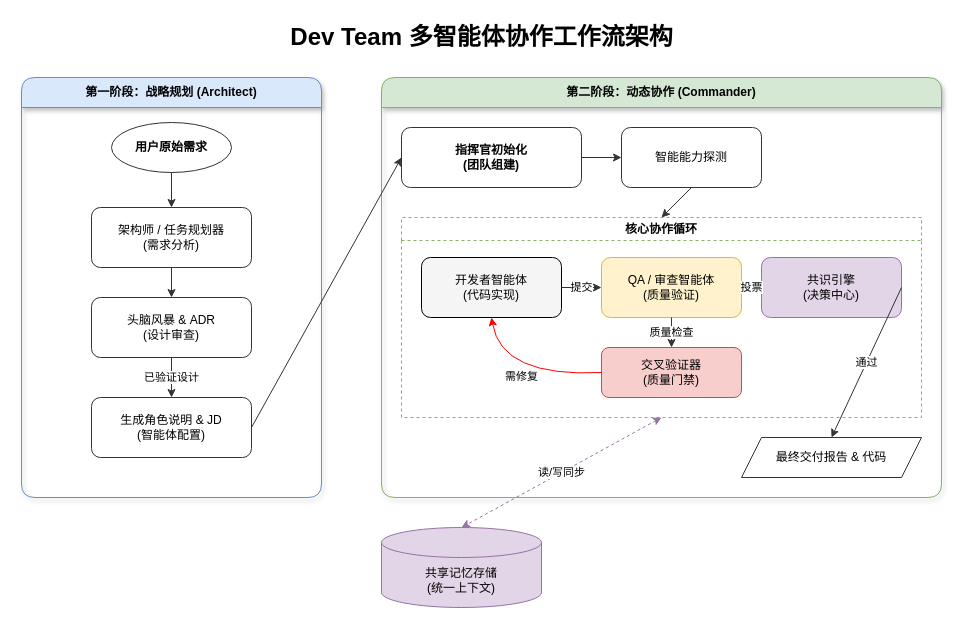
The draw.io diagram agents/dev_team/workflow_architecture_cn.drawio in wang-minghan/agents, before the edit. Source tidied: cells renumbered, new cells numbered last; positions are measured from the earlier drawing's top-left corner, leaving out a move shared by most shapes. Both pictures are drawn from the tidied source at 100%, with x=0, y=0 at pixel (21, 17).
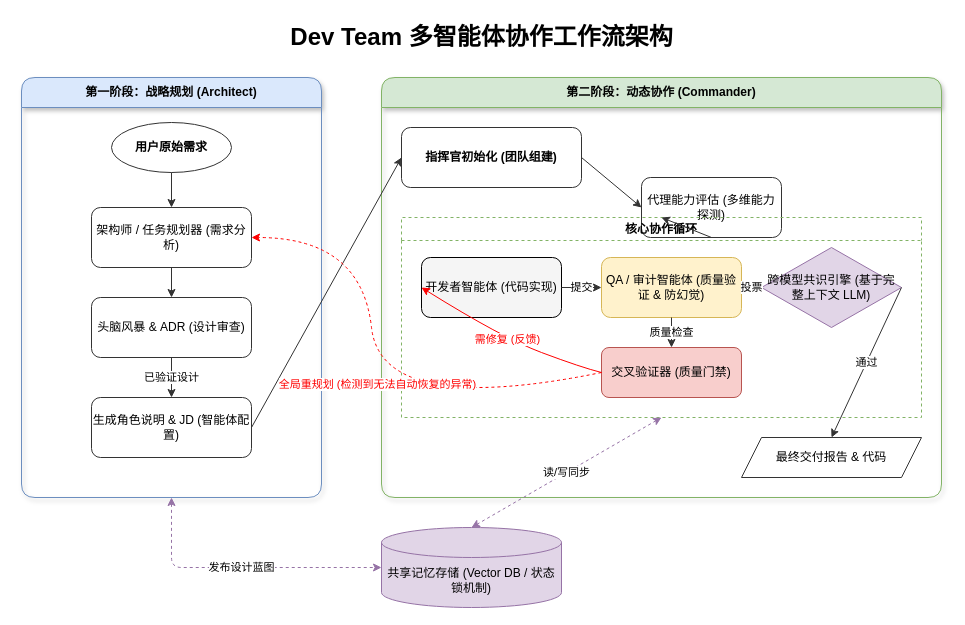
The same diagram, later.

Unchanged cells that the change refers to:
```xml
<mxCell id="3" value="第一阶段：战略规划 (Architect)" style="swimlane;whiteSpace=wrap;html=1;fillColor=#dae8fc;strokeColor=#6c8ebf;startSize=30;rounded=1;shadow=1;fontFamily=思源黑体 Medium;" parent="1" vertex="1">
  <mxGeometry y="60" width="300" height="420" as="geometry" />
</mxCell>
<mxCell id="11" value="第二阶段：动态协作 (Commander)" style="swimlane;whiteSpace=wrap;html=1;fillColor=#d5e8d4;strokeColor=#82b366;startSize=30;rounded=1;shadow=1;fontFamily=思源黑体 Medium;" parent="1" vertex="1">
  <mxGeometry x="360" y="60" width="560" height="420" as="geometry" />
</mxCell>
<mxCell id="14" value="核心协作循环" style="swimlane;whiteSpace=wrap;html=1;fillColor=none;strokeColor=#82b366;dashed=1;fontFamily=思源宋体 Regular;" parent="11" vertex="1">
  <mxGeometry x="20" y="140" width="520" height="200" as="geometry" />
</mxCell>
```

Change to the diagram source:
```diff
@@
-    <mxCell id="5" value="架构师 / 任务规划器&#10;(需求分析)" style="rounded=1;whiteSpace=wrap;html=1;fillColor=#ffffff;strokeColor=#333333;fontFamily=思源宋体 Regular;" parent="3" vertex="1">
+    <mxCell id="5" value="架构师 / 任务规划器 (需求分析)" style="rounded=1;whiteSpace=wrap;html=1;fillColor=#ffffff;strokeColor=#333333;fontFamily=思源宋体 Regular;" parent="3" vertex="1">
       <mxGeometry x="70" y="130" width="160" height="60" as="geometry" />
     </mxCell>
-    <mxCell id="6" value="头脑风暴 &amp; ADR&#10;(设计审查)" style="rounded=1;whiteSpace=wrap;html=1;fillColor=#ffffff;strokeColor=#333333;fontFamily=思源宋体 Regular;" parent="3" vertex="1">
+    <mxCell id="6" value="头脑风暴 &amp; ADR (设计审查)" style="rounded=1;whiteSpace=wrap;html=1;fillColor=#ffffff;strokeColor=#333333;fontFamily=思源宋体 Regular;" parent="3" vertex="1">
       <mxGeometry x="70" y="220" width="160" height="60" as="geometry" />
     </mxCell>
-    <mxCell id="7" value="生成角色说明 &amp; JD&#10;(智能体配置)" style="rounded=1;whiteSpace=wrap;html=1;fillColor=#ffffff;strokeColor=#333333;fontFamily=思源宋体 Regular;" parent="3" vertex="1">
+    <mxCell id="7" value="生成角色说明 &amp; JD (智能体配置)" style="rounded=1;whiteSpace=wrap;html=1;fillColor=#ffffff;strokeColor=#333333;fontFamily=思源宋体 Regular;" parent="3" vertex="1">
       <mxGeometry x="70" y="320" width="160" height="60" as="geometry" />
     </mxCell>
@@
-    <mxCell id="12" value="指挥官初始化&#10;(团队组建)" style="rounded=1;whiteSpace=wrap;html=1;fillColor=#ffffff;strokeColor=#333333;fontStyle=1;fontFamily=思源宋体 Regular;" parent="11" vertex="1">
+    <mxCell id="12" value="指挥官初始化 (团队组建)" style="rounded=1;whiteSpace=wrap;html=1;fillColor=#ffffff;strokeColor=#333333;fontStyle=1;fontFamily=思源宋体 Regular;" parent="11" vertex="1">
       <mxGeometry x="20" y="50" width="180" height="60" as="geometry" />
     </mxCell>
-    <mxCell id="13" value="智能能力探测" style="rounded=1;whiteSpace=wrap;html=1;fillColor=#ffffff;strokeColor=#333333;fontFamily=思源宋体 Regular;" parent="11" vertex="1">
-      <mxGeometry x="240" y="50" width="140" height="60" as="geometry" />
-    </mxCell>
+    <mxCell id="30" value="代理能力评估 (多维能力探测)" style="rounded=1;whiteSpace=wrap;html=1;fillColor=#ffffff;strokeColor=#333333;fontFamily=思源黑体 Medium;" parent="12" vertex="1">
+      <mxGeometry x="240" y="50" width="140" height="60" as="geometry" />
+    </mxCell>
@@
-    <mxCell id="15" value="开发者智能体&#10;(代码实现)" style="rounded=1;whiteSpace=wrap;html=1;fillColor=#f5f5f5;fontFamily=思源宋体 Regular;" parent="14" vertex="1">
+    <mxCell id="15" value="开发者智能体 (代码实现)" style="rounded=1;whiteSpace=wrap;html=1;fillColor=#f5f5f5;fontFamily=思源宋体 Regular;" parent="14" vertex="1">
       <mxGeometry x="20" y="40" width="140" height="60" as="geometry" />
     </mxCell>
-    <mxCell id="16" value="QA / 审查智能体&#10;(质量验证)" style="rounded=1;whiteSpace=wrap;html=1;fillColor=#fff2cc;strokeColor=#d6b656;fontFamily=思源宋体 Regular;" parent="14" vertex="1">
-      <mxGeometry x="200" y="40" width="140" height="60" as="geometry" />
-    </mxCell>
-    <mxCell id="17" value="共识引擎&#10;(决策中心)" style="rounded=1;whiteSpace=wrap;html=1;fillColor=#e1d5e7;strokeColor=#9673a6;fontFamily=思源宋体 Regular;" parent="14" vertex="1">
-      <mxGeometry x="360" y="40" width="140" height="60" as="geometry" />
-    </mxCell>
+    <mxCell id="31" value="QA / 审计智能体 (质量验证 &amp; 防幻觉)" style="rounded=1;whiteSpace=wrap;html=1;fillColor=#fff2cc;strokeColor=#d6b656;fontFamily=思源宋体 Regular;" parent="14" vertex="1">
+      <mxGeometry x="200" y="40" width="140" height="60" as="geometry" />
+    </mxCell>
+    <mxCell id="32" value="跨模型共识引擎 (基于完整上下文 LLM)" style="rhombus;whiteSpace=wrap;html=1;fillColor=#e1d5e7;strokeColor=#9673a6;fontFamily=思源黑体 Medium;" parent="14" vertex="1">
+      <mxGeometry x="360" y="30" width="140" height="80" as="geometry" />
+    </mxCell>
-    <mxCell id="18" value="交叉验证器&#10;(质量门禁)" style="rounded=1;whiteSpace=wrap;html=1;fillColor=#f8cecc;strokeColor=#b85450;fontFamily=思源宋体 Regular;" parent="14" vertex="1">
+    <mxCell id="18" value="交叉验证器 (质量门禁)" style="rounded=1;whiteSpace=wrap;html=1;fillColor=#f8cecc;strokeColor=#b85450;fontFamily=思源宋体 Regular;" parent="14" vertex="1">
       <mxGeometry x="200" y="130" width="140" height="50" as="geometry" />
     </mxCell>
-    <mxCell id="19" value="最终交付报告 &amp; 代码" style="shape=parallelogram;perimeter=parallelogramPerimeter;whiteSpace=wrap;html=1;fixedSize=1;fillColor=#ffffff;strokeColor=#333333;fontFamily=思源宋体 Regular;" parent="11" vertex="1">
-      <mxGeometry x="360" y="360" width="180" height="40" as="geometry" />
-    </mxCell>
-    <mxCell id="20" value="共享记忆存储&#10;(统一上下文)" style="shape=cylinder3;whiteSpace=wrap;html=1;boundedLbl=1;backgroundOutline=1;size=15;fillColor=#e1d5e7;strokeColor=#9673a6;fontFamily=思源宋体 Regular;" parent="1" vertex="1">
-      <mxGeometry x="360" y="510" width="160" height="80" as="geometry" />
-    </mxCell>
-    <mxCell id="21" style="endArrow=classic;html=1;exitX=1;exitY=0.5;entryX=0;entryY=0.5;strokeColor=#333333;fontStyle=1;" parent="1" edge="1" source="7" target="12">
-      <mxGeometry relative="1" as="geometry" />
-    </mxCell>
-    <mxCell id="22" style="endArrow=classic;html=1;exitX=1;exitY=0.5;entryX=0;entryY=0.5;strokeColor=#333333;" parent="11" edge="1" source="12" target="13">
-      <mxGeometry relative="1" as="geometry" />
-    </mxCell>
-    <mxCell id="23" style="endArrow=classic;html=1;exitX=0.5;exitY=1;entryX=0.5;entryY=0;strokeColor=#333333;" parent="11" edge="1" source="13" target="14">
-      <mxGeometry relative="1" as="geometry" />
-    </mxCell>
-    <mxCell id="24" value="提交" style="endArrow=classic;html=1;exitX=1;exitY=0.5;entryX=0;entryY=0.5;strokeColor=#333333;fontFamily=思源宋体 Regular;" parent="14" edge="1" source="15" target="16">
+    <mxCell id="24" value="提交" style="endArrow=classic;html=1;exitX=1;exitY=0.5;entryX=0;entryY=0.5;strokeColor=#333333;fontFamily=思源宋体 Regular;" parent="14" edge="1" source="15" target="31">
       <mxGeometry relative="1" as="geometry" />
     </mxCell>
-    <mxCell id="25" value="投票" style="endArrow=classic;html=1;exitX=1;exitY=0.5;entryX=0;entryY=0.5;strokeColor=#333333;fontFamily=思源宋体 Regular;" parent="14" edge="1" source="16" target="17">
+    <mxCell id="25" value="投票" style="endArrow=classic;html=1;exitX=1;exitY=0.5;entryX=0;entryY=0.5;strokeColor=#333333;fontFamily=思源宋体 Regular;" parent="14" edge="1" source="31" target="32">
       <mxGeometry relative="1" as="geometry" />
     </mxCell>
-    <mxCell id="26" value="质量检查" style="endArrow=classic;html=1;exitX=0.5;exitY=1;entryX=0.5;entryY=0;strokeColor=#333333;fontFamily=思源宋体 Regular;" parent="14" edge="1" source="16" target="18">
+    <mxCell id="26" value="质量检查" style="endArrow=classic;html=1;exitX=0.5;exitY=1;entryX=0.5;entryY=0;strokeColor=#333333;fontFamily=思源宋体 Regular;" parent="14" edge="1" source="31" target="18">
       <mxGeometry relative="1" as="geometry" />
     </mxCell>
+    <mxCell id="19" value="最终交付报告 &amp; 代码" style="shape=parallelogram;perimeter=parallelogramPerimeter;whiteSpace=wrap;html=1;fixedSize=1;fillColor=#ffffff;strokeColor=#333333;fontFamily=思源宋体 Regular;" parent="11" vertex="1">
+      <mxGeometry x="360" y="360" width="180" height="40" as="geometry" />
+    </mxCell>
+    <mxCell id="33" style="endArrow=classic;html=1;exitX=1;exitY=0.5;entryX=0;entryY=0.5;strokeColor=#333333;" parent="11" edge="1" source="12" target="30">
+      <mxGeometry relative="1" as="geometry" />
+    </mxCell>
+    <mxCell id="34" style="endArrow=classic;html=1;exitX=0.5;exitY=1;entryX=0.5;entryY=0;strokeColor=#333333;" parent="11" edge="1" source="30" target="14">
+      <mxGeometry relative="1" as="geometry" />
+    </mxCell>
+    <mxCell id="28" value="通过" style="endArrow=classic;html=1;exitX=1;exitY=0.5;entryX=0.5;entryY=0;strokeColor=#333333;fontFamily=思源宋体 Regular;" parent="11" edge="1" source="32" target="19">
+      <mxGeometry relative="1" as="geometry" />
+    </mxCell>
+    <mxCell id="35" value="共享记忆存储 (Vector DB / 状态锁机制)" style="shape=cylinder3;whiteSpace=wrap;html=1;boundedLbl=1;backgroundOutline=1;size=15;fillColor=#e1d5e7;strokeColor=#9673a6;fontFamily=思源黑体 Medium;" parent="1" vertex="1">
+      <mxGeometry x="360" y="510" width="180" height="80" as="geometry" />
+    </mxCell>
+    <mxCell id="21" style="endArrow=classic;html=1;exitX=1;exitY=0.5;entryX=0;entryY=0.5;strokeColor=#333333;fontStyle=1;" parent="1" edge="1" source="7" target="12">
+      <mxGeometry relative="1" as="geometry" />
+    </mxCell>
+    <mxCell id="29" value="读/写同步" style="endArrow=classic;startArrow=classic;html=1;exitX=0.5;exitY=1;entryX=0.5;entryY=0;strokeColor=#9673a6;dashed=1;fontFamily=思源宋体 Regular;" parent="1" edge="1" source="14" target="35">
+      <mxGeometry relative="1" as="geometry" />
+    </mxCell>
+    <mxCell id="36" value="全局重规划 (检测到无法自动恢复的异常)" style="curved=1;endArrow=classic;html=1;exitX=0;exitY=0.5;entryX=1;entryY=0.5;strokeColor=#ff0000;fontColor=#ff0000;fontFamily=思源黑体 Medium;dashed=1;" parent="1" edge="1" source="18" target="5">
+      <mxGeometry relative="1" as="geometry">
+        <Array as="points">
+          <mxPoint x="360" y="400" />
+          <mxPoint x="340" y="220" />
+        </Array>
+      </mxGeometry>
+    </mxCell>
+    <mxCell id="37" value="发布设计蓝图" style="endArrow=classic;startArrow=classic;html=1;exitX=0.5;exitY=1;entryX=0;entryY=0.5;strokeColor=#9673a6;dashed=1;fontFamily=思源宋体 Regular;" parent="1" edge="1" source="3" target="35">
+      <mxGeometry relative="1" as="geometry">
+        <Array as="points">
+          <mxPoint x="150" y="550" />
+        </Array>
+      </mxGeometry>
+    </mxCell>
-    <mxCell id="27" value="需修复" style="curved=1;endArrow=classic;html=1;exitX=0;exitY=0.5;entryX=0.5;entryY=1;strokeColor=#ff0000;fontFamily=思源宋体 Regular;" parent="14" edge="1" source="18" target="15">
+    <mxCell id="27" value="需修复 (反馈)" style="curved=1;endArrow=classic;html=1;exitX=0;exitY=0.5;entryX=0;entryY=0.5;strokeColor=#ff0000;fontColor=#ff0000;fontFamily=思源黑体 Medium;" parent="14" edge="1" source="18" target="15">
       <mxGeometry relative="1" as="geometry">
         <Array as="points">
-          <mxPoint x="100" y="160" />
+          <mxPoint x="180" y="150" />
+          <mxPoint x="100" y="120" />
         </Array>
       </mxGeometry>
     </mxCell>
-    <mxCell id="28" value="通过" style="endArrow=classic;html=1;exitX=1;exitY=0.5;entryX=0.5;entryY=0;strokeColor=#333333;fontFamily=思源宋体 Regular;" parent="11" edge="1" source="17" target="19">
-      <mxGeometry relative="1" as="geometry" />
-    </mxCell>
-    <mxCell id="29" value="读/写同步" style="endArrow=classic;startArrow=classic;html=1;exitX=0.5;exitY=1;entryX=0.5;entryY=0;strokeColor=#9673a6;dashed=1;fontFamily=思源宋体 Regular;" parent="1" edge="1" source="14" target="20">
-      <mxGeometry relative="1" as="geometry" />
-    </mxCell>
```
